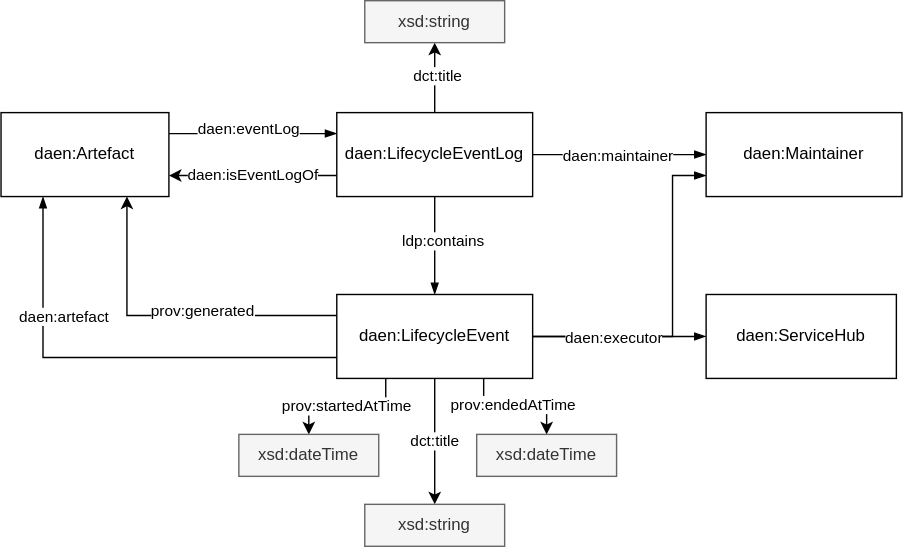
Above: images/model.svg in MellonScholarlyCommunication/spec-eventlog (draw.io), before the change. Source tidied: cells renumbered, new cells last; positions are measured from the earlier drawing's top-left corner, leaving out a move shared by most shapes.
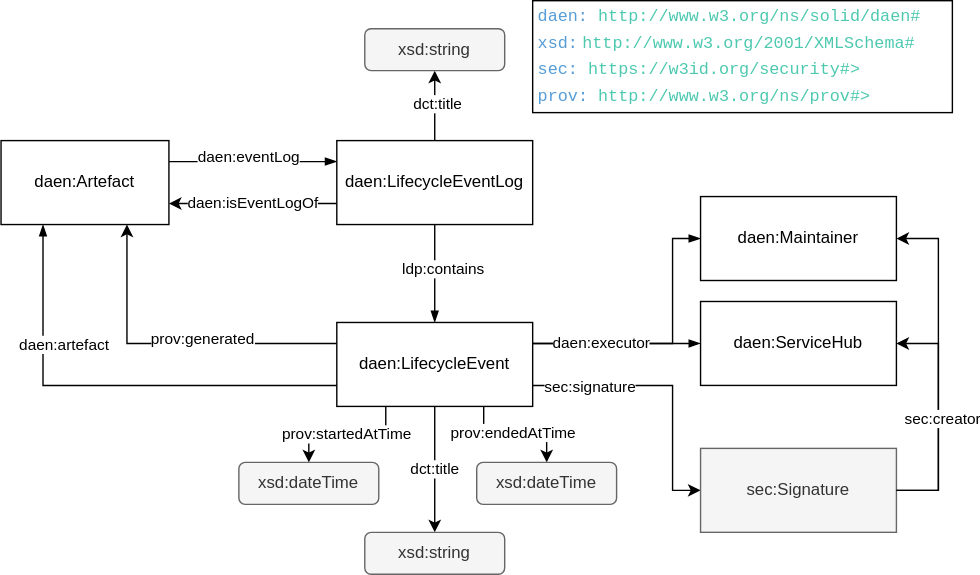
The same file after the commit.

The edit, as a diff of the source:
```diff
@@ -2,20 +2,20 @@
   <root>
     <mxCell id="0" />
     <mxCell id="1" parent="0" />
-    <mxCell id="2" style="edgeStyle=orthogonalEdgeStyle;rounded=0;jettySize=auto;html=1;endArrow=blockThin;endFill=1;entryX=0;entryY=0.75;entryDx=0;entryDy=0;exitX=1;exitY=0.5;exitDx=0;exitDy=0;" parent="1" edge="1" source="11" target="26">
+    <mxCell id="2" style="edgeStyle=orthogonalEdgeStyle;rounded=0;jettySize=auto;html=1;endArrow=blockThin;endFill=1;entryX=0;entryY=0.5;entryDx=0;entryDy=0;exitX=1;exitY=0.25;exitDx=0;exitDy=0;" parent="1" edge="1" source="11" target="26">
       <mxGeometry relative="1" as="geometry">
         <Array as="points">
-          <mxPoint x="480" y="240" />
-          <mxPoint x="480" y="125" />
+          <mxPoint x="480" y="225" />
+          <mxPoint x="480" y="150" />
         </Array>
       </mxGeometry>
     </mxCell>
-    <mxCell id="3" style="edgeStyle=orthogonalEdgeStyle;rounded=0;jettySize=auto;html=1;endArrow=blockThin;endFill=1;entryX=0;entryY=0.5;entryDx=0;entryDy=0;exitX=1;exitY=0.5;exitDx=0;exitDy=0;" parent="1" edge="1" source="11" target="12">
+    <mxCell id="3" style="edgeStyle=orthogonalEdgeStyle;rounded=0;jettySize=auto;html=1;endArrow=blockThin;endFill=1;entryX=0;entryY=0.5;entryDx=0;entryDy=0;exitX=1;exitY=0.25;exitDx=0;exitDy=0;" parent="1" edge="1" source="11" target="12">
       <mxGeometry relative="1" as="geometry" />
     </mxCell>
     <mxCell id="4" value="daen:executor" style="edgeLabel;html=1;align=center;verticalAlign=middle;" parent="3" vertex="1">
       <mxGeometry x="-0.02" y="1" relative="1" as="geometry">
-        <mxPoint x="-4" y="1" as="offset" />
+        <mxPoint x="-11" as="offset" />
       </mxGeometry>
     </mxCell>
     <mxCell id="5" value="prov:startedAtTime" style="edgeStyle=orthogonalEdgeStyle;rounded=0;jettySize=auto;html=1;exitX=0.25;exitY=1;exitDx=0;exitDy=0;entryX=0.5;entryY=0;entryDx=0;entryDy=0;" parent="1" edge="1" source="11" target="27">
@@ -36,11 +36,24 @@
     <mxCell id="10" value="prov:generated" style="edgeLabel;html=1;align=center;verticalAlign=middle;" parent="9" vertex="1">
       <mxGeometry x="-0.17" y="-4" relative="1" as="geometry" />
     </mxCell>
+    <mxCell id="31" style="edgeStyle=orthogonalEdgeStyle;rounded=0;jumpStyle=arc;html=1;exitX=1;exitY=0.75;exitDx=0;exitDy=0;entryX=0;entryY=0.5;entryDx=0;entryDy=0;" parent="1" edge="1" source="11" target="33">
+      <mxGeometry relative="1" as="geometry">
+        <Array as="points">
+          <mxPoint x="480" y="255" />
+          <mxPoint x="480" y="330" />
+        </Array>
+      </mxGeometry>
+    </mxCell>
+    <mxCell id="32" value="sec:signature" style="edgeLabel;html=1;align=center;verticalAlign=middle;" parent="31" vertex="1">
+      <mxGeometry x="-0.75" y="2" relative="1" as="geometry">
+        <mxPoint x="15" y="2" as="offset" />
+      </mxGeometry>
+    </mxCell>
     <mxCell id="11" value="daen:LifecycleEvent" style="rounded=0;whiteSpace=wrap;html=1;" parent="1" vertex="1">
       <mxGeometry x="240" y="210" width="140" height="60" as="geometry" />
     </mxCell>
     <mxCell id="12" value="daen:ServiceHub" style="rounded=0;whiteSpace=wrap;html=1;" parent="1" vertex="1">
-      <mxGeometry x="504" y="210" width="136" height="60" as="geometry" />
+      <mxGeometry x="500" y="195" width="140" height="60" as="geometry" />
     </mxCell>
     <mxCell id="13" style="edgeStyle=orthogonalEdgeStyle;rounded=0;jettySize=auto;html=1;exitX=1;exitY=0.25;exitDx=0;exitDy=0;entryX=0;entryY=0.25;entryDx=0;entryDy=0;endArrow=blockThin;endFill=1;" parent="1" edge="1" source="15" target="23">
       <mxGeometry relative="1" as="geometry" />
@@ -84,28 +97,47 @@
     <mxCell id="23" value="daen:LifecycleEventLog" style="rounded=0;whiteSpace=wrap;html=1;" parent="1" vertex="1">
       <mxGeometry x="240" y="80" width="140" height="60" as="geometry" />
     </mxCell>
-    <mxCell id="24" style="edgeStyle=orthogonalEdgeStyle;rounded=0;jettySize=auto;html=1;exitX=1;exitY=0.5;exitDx=0;exitDy=0;entryX=0;entryY=0.5;entryDx=0;entryDy=0;endArrow=blockThin;endFill=1;jumpStyle=arc;" parent="1" edge="1" source="23" target="26">
-      <mxGeometry relative="1" as="geometry" />
-    </mxCell>
-    <mxCell id="25" value="daen:maintainer" style="edgeLabel;html=1;align=center;verticalAlign=middle;" parent="24" vertex="1">
-      <mxGeometry x="-0.7" y="4" relative="1" as="geometry">
-        <mxPoint x="41" y="4" as="offset" />
-      </mxGeometry>
-    </mxCell>
     <mxCell id="26" value="daen:Maintainer" style="rounded=0;whiteSpace=wrap;html=1;" parent="1" vertex="1">
-      <mxGeometry x="504" y="80" width="140" height="60" as="geometry" />
+      <mxGeometry x="500" y="120" width="140" height="60" as="geometry" />
     </mxCell>
-    <mxCell id="27" value="xsd:dateTime" style="rounded=0;whiteSpace=wrap;html=1;fillColor=#f5f5f5;strokeColor=#666666;fontColor=#333333;" parent="1" vertex="1">
+    <mxCell id="27" value="xsd:dateTime" style="rounded=1;whiteSpace=wrap;html=1;fillColor=#f5f5f5;strokeColor=#666666;fontColor=#333333;" parent="1" vertex="1">
       <mxGeometry x="170" y="310" width="100" height="30" as="geometry" />
     </mxCell>
-    <mxCell id="28" value="xsd:dateTime" style="rounded=0;whiteSpace=wrap;html=1;fillColor=#f5f5f5;strokeColor=#666666;fontColor=#333333;" parent="1" vertex="1">
+    <mxCell id="28" value="xsd:dateTime" style="rounded=1;whiteSpace=wrap;html=1;fillColor=#f5f5f5;strokeColor=#666666;fontColor=#333333;" parent="1" vertex="1">
       <mxGeometry x="340" y="310" width="100" height="30" as="geometry" />
     </mxCell>
-    <mxCell id="29" value="xsd:string" style="rounded=0;whiteSpace=wrap;html=1;fillColor=#f5f5f5;strokeColor=#666666;fontColor=#333333;" parent="1" vertex="1">
+    <mxCell id="29" value="xsd:string" style="rounded=1;whiteSpace=wrap;html=1;fillColor=#f5f5f5;strokeColor=#666666;fontColor=#333333;" parent="1" vertex="1">
       <mxGeometry x="260" y="360" width="100" height="30" as="geometry" />
     </mxCell>
-    <mxCell id="30" value="xsd:string" style="rounded=0;whiteSpace=wrap;html=1;fillColor=#f5f5f5;strokeColor=#666666;fontColor=#333333;" parent="1" vertex="1">
+    <mxCell id="30" value="xsd:string" style="rounded=1;whiteSpace=wrap;html=1;fillColor=#f5f5f5;strokeColor=#666666;fontColor=#333333;" parent="1" vertex="1">
       <mxGeometry x="260" width="100" height="30" as="geometry" />
     </mxCell>
+    <mxCell id="33" value="sec:Signature" style="rounded=0;whiteSpace=wrap;html=1;glass=0;sketch=0;fillColor=#f5f5f5;strokeColor=#666666;fontColor=#333333;" parent="1" vertex="1">
+      <mxGeometry x="500" y="300" width="140" height="60" as="geometry" />
+    </mxCell>
+    <mxCell id="34" value="&lt;div style=&quot;line-height: 18px&quot;&gt;&lt;div style=&quot;color: rgb(212 , 212 , 212) ; font-family: &amp;#34;menlo&amp;#34; , &amp;#34;monaco&amp;#34; , &amp;#34;courier new&amp;#34; , monospace ; font-size: 12px&quot;&gt;&lt;span style=&quot;color: rgb(86 , 156 , 214)&quot;&gt;daen:&lt;/span&gt; &lt;span style=&quot;color: rgb(78 , 201 , 176)&quot;&gt;http://www.w3.org/ns/solid/daen#&lt;/span&gt;&lt;/div&gt;&lt;div&gt;&lt;span style=&quot;color: rgb(86 , 156 , 214) ; font-family: &amp;#34;menlo&amp;#34; , &amp;#34;monaco&amp;#34; , &amp;#34;courier new&amp;#34; , monospace ; font-size: 12px&quot;&gt;xsd:&lt;/span&gt; &lt;font color=&quot;#4ec9b0&quot; face=&quot;menlo, monaco, courier new, monospace&quot;&gt;&lt;span style=&quot;font-size: 12px&quot;&gt;http://www.w3.org/2001/XMLSchema#&lt;/span&gt;&lt;/font&gt;&lt;/div&gt;&lt;div&gt;&lt;span style=&quot;color: rgb(86 , 156 , 214) ; font-family: &amp;#34;menlo&amp;#34; , &amp;#34;monaco&amp;#34; , &amp;#34;courier new&amp;#34; , monospace ; font-size: 12px&quot;&gt;sec&lt;/span&gt;&lt;span style=&quot;color: rgb(86 , 156 , 214) ; font-family: &amp;#34;menlo&amp;#34; , &amp;#34;monaco&amp;#34; , &amp;#34;courier new&amp;#34; , monospace ; font-size: 12px&quot;&gt;:&lt;/span&gt;&lt;font color=&quot;#d4d4d4&quot; face=&quot;menlo, monaco, courier new, monospace&quot;&gt;&lt;span style=&quot;font-size: 12px&quot;&gt;&amp;nbsp;&lt;/span&gt;&lt;/font&gt;&lt;font color=&quot;#4ec9b0&quot; face=&quot;menlo, monaco, courier new, monospace&quot;&gt;&lt;span style=&quot;font-size: 12px&quot;&gt;https://w3id.org/security#&amp;gt;&lt;/span&gt;&lt;/font&gt;&lt;br&gt;&lt;/div&gt;&lt;div&gt;&lt;span style=&quot;color: rgb(86 , 156 , 214) ; font-family: &amp;#34;menlo&amp;#34; , &amp;#34;monaco&amp;#34; , &amp;#34;courier new&amp;#34; , monospace ; font-size: 12px&quot;&gt;prov&lt;/span&gt;&lt;span style=&quot;color: rgb(86 , 156 , 214) ; font-family: &amp;#34;menlo&amp;#34; , &amp;#34;monaco&amp;#34; , &amp;#34;courier new&amp;#34; , monospace ; font-size: 12px&quot;&gt;:&lt;/span&gt;&lt;font color=&quot;#d4d4d4&quot; face=&quot;menlo, monaco, courier new, monospace&quot;&gt;&lt;span style=&quot;font-size: 12px&quot;&gt;&amp;nbsp;&lt;/span&gt;&lt;/font&gt;&lt;font color=&quot;#4ec9b0&quot; face=&quot;menlo, monaco, courier new, monospace&quot;&gt;&lt;span style=&quot;font-size: 12px&quot;&gt;http://www.w3.org/ns/prov#&amp;gt;&lt;/span&gt;&lt;/font&gt;&lt;font color=&quot;#d4d4d4&quot; face=&quot;menlo, monaco, courier new, monospace&quot;&gt;&lt;span style=&quot;font-size: 12px&quot;&gt;&lt;br&gt;&lt;/span&gt;&lt;/font&gt;&lt;/div&gt;&lt;/div&gt;" style="rounded=0;whiteSpace=wrap;html=1;fontSize=11;align=left;spacingLeft=2;" parent="1" vertex="1">
+      <mxGeometry x="380" y="-20" width="300" height="80" as="geometry" />
+    </mxCell>
+    <mxCell id="35" style="edgeStyle=orthogonalEdgeStyle;rounded=0;jumpStyle=arc;html=1;exitX=1;exitY=0.5;exitDx=0;exitDy=0;entryX=1;entryY=0.5;entryDx=0;entryDy=0;" parent="1" edge="1" source="33" target="12">
+      <mxGeometry relative="1" as="geometry">
+        <Array as="points">
+          <mxPoint x="670" y="330" />
+          <mxPoint x="670" y="225" />
+        </Array>
+      </mxGeometry>
+    </mxCell>
+    <mxCell id="36" style="edgeStyle=orthogonalEdgeStyle;rounded=0;jumpStyle=arc;html=1;exitX=1;exitY=0.5;exitDx=0;exitDy=0;entryX=1;entryY=0.5;entryDx=0;entryDy=0;" parent="1" edge="1" source="33" target="26">
+      <mxGeometry relative="1" as="geometry">
+        <Array as="points">
+          <mxPoint x="670" y="330" />
+          <mxPoint x="670" y="150" />
+        </Array>
+      </mxGeometry>
+    </mxCell>
+    <mxCell id="37" value="sec:creator" style="edgeLabel;html=1;align=center;verticalAlign=middle;" parent="36" vertex="1">
+      <mxGeometry x="-0.33" y="-2" relative="1" as="geometry">
+        <mxPoint y="-1" as="offset" />
+      </mxGeometry>
+    </mxCell>
   </root>
 </mxGraphModel>
```
